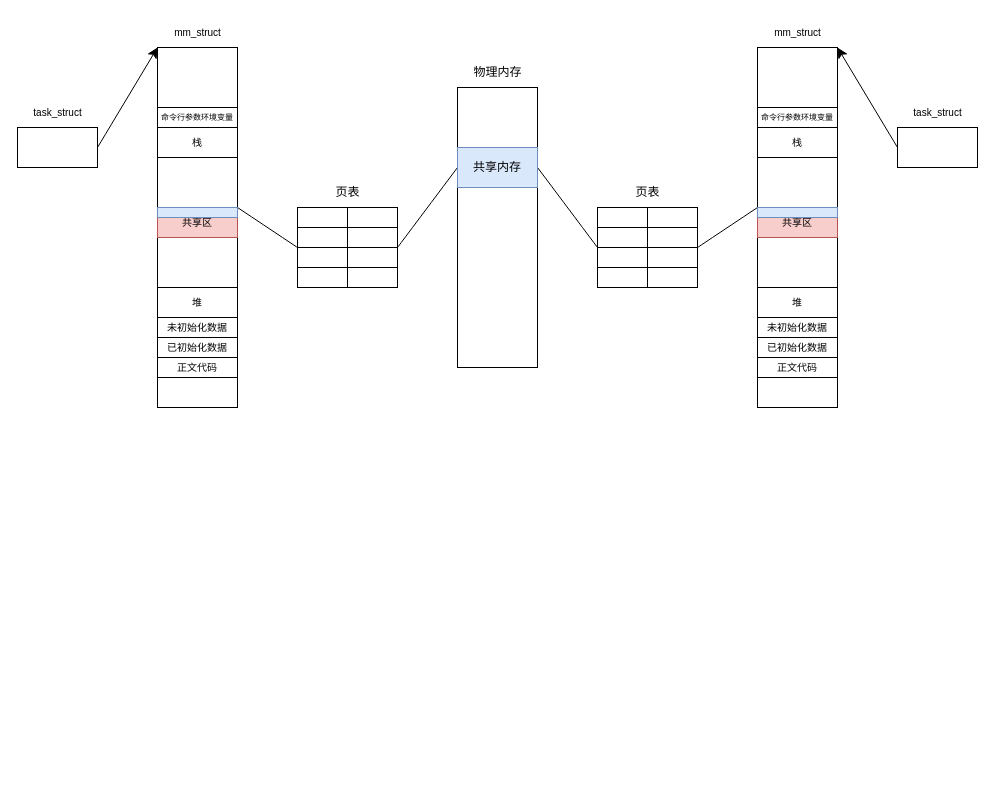
WAVE-CORE/Something keeps this draw.io diagram as drawio/未命名绘图.drawio. Above is the earlier version. Source tidied: cells renumbered, new cells numbered last; positions are measured from the earlier drawing's top-left corner, leaving out a move shared by most shapes. Both pictures are drawn from the tidied source at 100%, with x=0, y=0 at pixel (17, 17).
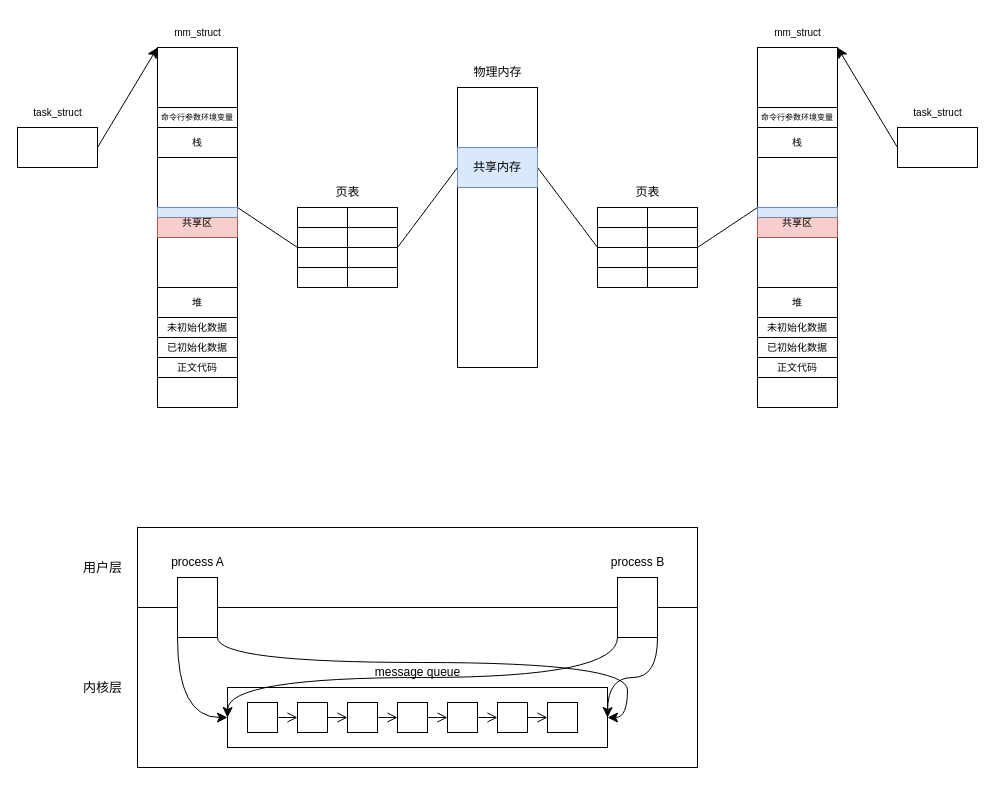
The same page after the edit.

Commit message:
更新未命名绘图.drawio

The edit, as a diff of the source:
```diff
@@
+    <mxCell id="53" style="rounded=0;whiteSpace=wrap;html=1;" parent="1" vertex="1">
+      <mxGeometry x="120" y="590" width="560" height="160" as="geometry" />
+    </mxCell>
+    <mxCell id="54" style="rounded=0;whiteSpace=wrap;html=1;" parent="1" vertex="1">
+      <mxGeometry x="120" y="510" width="560" height="80" as="geometry" />
+    </mxCell>
+    <mxCell id="55" style="whiteSpace=wrap;html=1;" parent="1" vertex="1">
+      <mxGeometry x="160" y="560" width="40" height="60" as="geometry" />
+    </mxCell>
+    <mxCell id="56" style="whiteSpace=wrap;html=1;" parent="1" vertex="1">
+      <mxGeometry x="600" y="560" width="40" height="60" as="geometry" />
+    </mxCell>
+    <mxCell id="57" value="process A" style="text;html=1;align=center;verticalAlign=middle;strokeColor=none;fillColor=none;fontSize=12;" parent="1" vertex="1">
+      <mxGeometry x="140" y="530" width="80" height="30" as="geometry" />
+    </mxCell>
+    <mxCell id="58" value="process B" style="text;html=1;align=center;verticalAlign=middle;strokeColor=none;fillColor=none;fontSize=12;" parent="1" vertex="1">
+      <mxGeometry x="580" y="530" width="80" height="30" as="geometry" />
+    </mxCell>
+    <mxCell id="59" value="message queue" style="text;html=1;align=center;verticalAlign=middle;strokeColor=none;fillColor=none;fontSize=12;" parent="1" vertex="1">
+      <mxGeometry x="345" y="640" width="110" height="30" as="geometry" />
+    </mxCell>
+    <mxCell id="60" style="whiteSpace=wrap;html=1;" parent="1" vertex="1">
+      <mxGeometry x="210" y="670" width="380" height="60" as="geometry" />
+    </mxCell>
+    <mxCell id="61" style="edgeStyle=none;curved=1;rounded=0;jettySize=auto;html=1;exitX=1;exitY=0.5;exitDx=0;exitDy=0;entryX=0;entryY=0.5;entryDx=0;entryDy=0;fontSize=12;startSize=8;endSize=8;endArrow=open;endFill=0;" parent="1" edge="1" source="62" target="63">
+      <mxGeometry relative="1" as="geometry" />
+    </mxCell>
+    <mxCell id="62" style="whiteSpace=wrap;html=1;" parent="1" vertex="1">
+      <mxGeometry x="230" y="685" width="30" height="30" as="geometry" />
+    </mxCell>
+    <mxCell id="63" style="whiteSpace=wrap;html=1;" parent="1" vertex="1">
+      <mxGeometry x="280" y="685" width="30" height="30" as="geometry" />
+    </mxCell>
+    <mxCell id="64" style="edgeStyle=none;curved=1;rounded=0;jettySize=auto;html=1;exitX=1;exitY=0.5;exitDx=0;exitDy=0;entryX=0;entryY=0.5;entryDx=0;entryDy=0;fontSize=12;startSize=8;endSize=8;endArrow=open;endFill=0;" parent="1" edge="1" target="65">
+      <mxGeometry relative="1" as="geometry">
+        <mxPoint x="310" y="700" as="sourcePoint" />
+      </mxGeometry>
+    </mxCell>
+    <mxCell id="65" style="whiteSpace=wrap;html=1;" parent="1" vertex="1">
+      <mxGeometry x="330" y="685" width="30" height="30" as="geometry" />
+    </mxCell>
+    <mxCell id="66" style="edgeStyle=none;curved=1;rounded=0;jettySize=auto;html=1;exitX=1;exitY=0.5;exitDx=0;exitDy=0;entryX=0;entryY=0.5;entryDx=0;entryDy=0;fontSize=12;startSize=8;endSize=8;endArrow=open;endFill=0;" parent="1" edge="1" target="67">
+      <mxGeometry relative="1" as="geometry">
+        <mxPoint x="360" y="700" as="sourcePoint" />
+      </mxGeometry>
+    </mxCell>
+    <mxCell id="67" style="whiteSpace=wrap;html=1;" parent="1" vertex="1">
+      <mxGeometry x="380" y="685" width="30" height="30" as="geometry" />
+    </mxCell>
+    <mxCell id="68" style="edgeStyle=none;curved=1;rounded=0;jettySize=auto;html=1;exitX=1;exitY=0.5;exitDx=0;exitDy=0;entryX=0;entryY=0.5;entryDx=0;entryDy=0;fontSize=12;startSize=8;endSize=8;endArrow=open;endFill=0;" parent="1" edge="1" target="69">
+      <mxGeometry relative="1" as="geometry">
+        <mxPoint x="410" y="700" as="sourcePoint" />
+      </mxGeometry>
+    </mxCell>
+    <mxCell id="69" style="whiteSpace=wrap;html=1;" parent="1" vertex="1">
+      <mxGeometry x="430" y="685" width="30" height="30" as="geometry" />
+    </mxCell>
+    <mxCell id="70" style="edgeStyle=none;curved=1;rounded=0;jettySize=auto;html=1;exitX=1;exitY=0.5;exitDx=0;exitDy=0;entryX=0;entryY=0.5;entryDx=0;entryDy=0;fontSize=12;startSize=8;endSize=8;endArrow=open;endFill=0;" parent="1" edge="1" target="71">
+      <mxGeometry relative="1" as="geometry">
+        <mxPoint x="460" y="700" as="sourcePoint" />
+      </mxGeometry>
+    </mxCell>
+    <mxCell id="71" style="whiteSpace=wrap;html=1;" parent="1" vertex="1">
+      <mxGeometry x="480" y="685" width="30" height="30" as="geometry" />
+    </mxCell>
+    <mxCell id="72" style="edgeStyle=none;curved=1;rounded=0;jettySize=auto;html=1;exitX=1;exitY=0.5;exitDx=0;exitDy=0;entryX=0;entryY=0.5;entryDx=0;entryDy=0;fontSize=12;startSize=8;endSize=8;endArrow=open;endFill=0;" parent="1" edge="1" target="73">
+      <mxGeometry relative="1" as="geometry">
+        <mxPoint x="510" y="700" as="sourcePoint" />
+      </mxGeometry>
+    </mxCell>
+    <mxCell id="73" style="whiteSpace=wrap;html=1;" parent="1" vertex="1">
+      <mxGeometry x="530" y="685" width="30" height="30" as="geometry" />
+    </mxCell>
+    <mxCell id="74" style="edgeStyle=orthogonalEdgeStyle;curved=1;rounded=0;jettySize=auto;html=1;exitX=0;exitY=1;exitDx=0;exitDy=0;entryX=0;entryY=0.5;entryDx=0;entryDy=0;fontSize=12;startSize=8;endSize=8;" parent="1" edge="1" source="55" target="60">
+      <mxGeometry relative="1" as="geometry" />
+    </mxCell>
+    <mxCell id="75" style="edgeStyle=orthogonalEdgeStyle;curved=1;rounded=0;jettySize=auto;html=1;exitX=1;exitY=1;exitDx=0;exitDy=0;entryX=1;entryY=0.5;entryDx=0;entryDy=0;fontSize=12;startSize=8;endSize=8;" parent="1" edge="1" source="55" target="60">
+      <mxGeometry relative="1" as="geometry" />
+    </mxCell>
+    <mxCell id="76" style="edgeStyle=orthogonalEdgeStyle;curved=1;rounded=0;jettySize=auto;html=1;exitX=0;exitY=1;exitDx=0;exitDy=0;fontSize=12;startSize=8;endSize=8;" parent="1" edge="1" source="56">
+      <mxGeometry relative="1" as="geometry">
+        <mxPoint x="210" y="700" as="targetPoint" />
+      </mxGeometry>
+    </mxCell>
+    <mxCell id="77" style="edgeStyle=orthogonalEdgeStyle;curved=1;rounded=0;jettySize=auto;html=1;exitX=1;exitY=1;exitDx=0;exitDy=0;fontSize=12;startSize=8;endSize=8;" parent="1" edge="1" source="56">
+      <mxGeometry relative="1" as="geometry">
+        <mxPoint x="590" y="700" as="targetPoint" />
+      </mxGeometry>
+    </mxCell>
+    <mxCell id="78" value="用户层" style="text;html=1;align=center;verticalAlign=middle;strokeColor=none;fillColor=none;fontSize=13;" parent="1" vertex="1">
+      <mxGeometry x="55" y="535" width="60" height="30" as="geometry" />
+    </mxCell>
+    <mxCell id="79" value="内核层" style="text;html=1;align=center;verticalAlign=middle;strokeColor=none;fillColor=none;fontSize=13;" parent="1" vertex="1">
+      <mxGeometry x="55" y="655" width="60" height="30" as="geometry" />
+    </mxCell>
```
